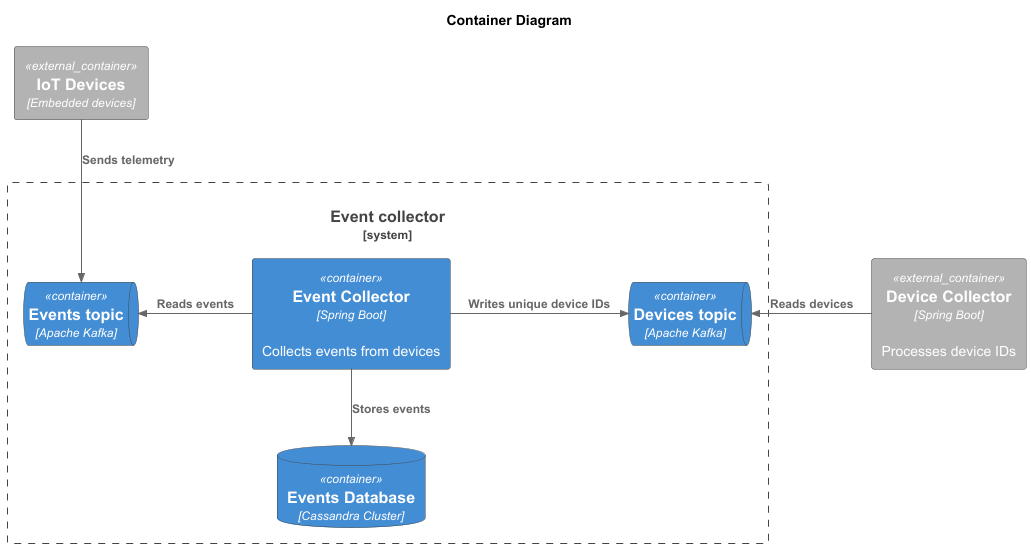
Before: event-collector/architecture/diagrams/image/container-diagram.png, a diagram exported from PlantUML (ds-usova/ourcode-iot-platform).
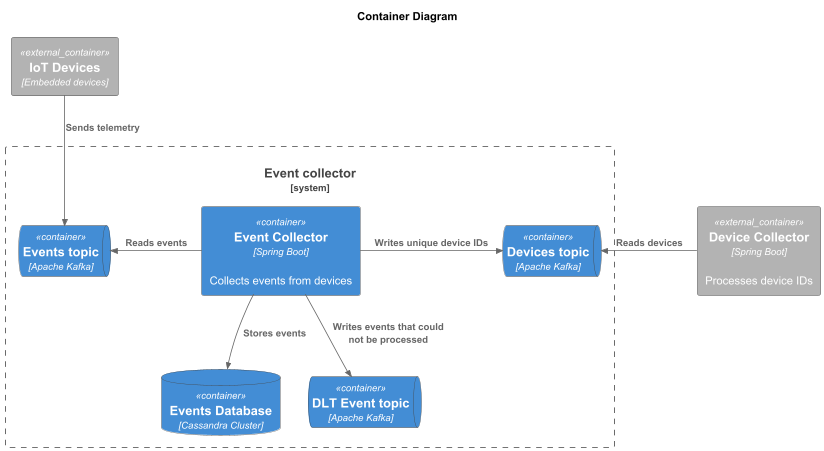
The same diagram one commit later.

Commit message:
Send events that couldn't be processed to DLT

The edit, as a diff of the source:
```diff
@@ -12,9 +12,11 @@
     ContainerDb(event_db, "Events Database", "Cassandra Cluster")
     ContainerQueue(events_topic, "Events topic", "Apache Kafka")
     ContainerQueue(devices_topic, "Devices topic", "Apache Kafka")
+    ContainerQueue(dlt_topic, "DLT Event topic", "Apache Kafka")
 
 
     Rel_L(event_collector, events_topic, "Reads events")
+    Rel_D(event_collector, dlt_topic, "Writes events that could not be processed")
     Rel_D(event_collector, event_db, "Stores events")
     Rel_R(event_collector, devices_topic, "Writes unique device IDs")
 }
```
